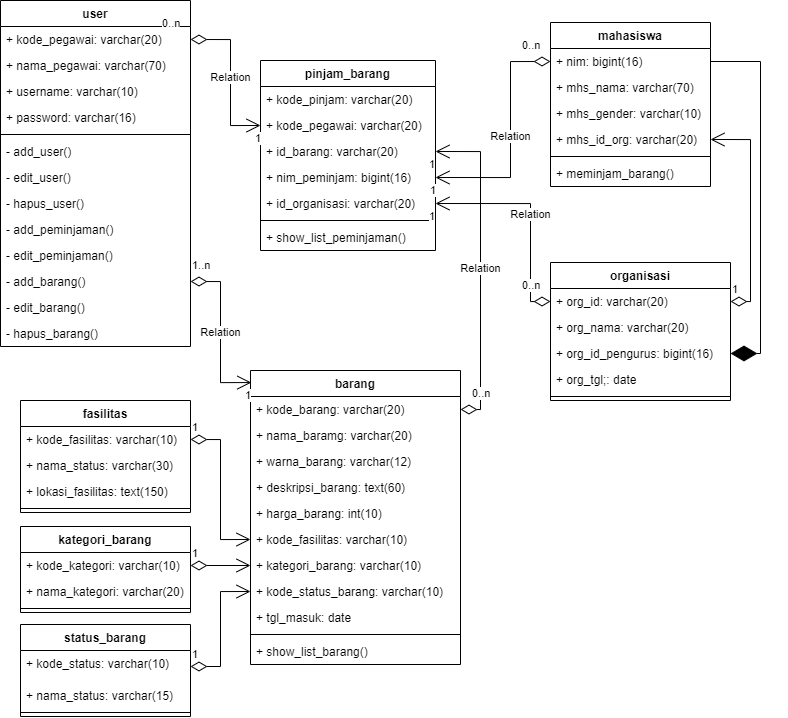
This is uml/uml diagram class inventory kampus.drawio.png from ZarelLast/Tugas_MDPL_Praktik, a draw.io export, as it was before one commit. Source tidied: cells renumbered, new cells last; positions are measured from the earlier drawing's top-left corner, leaving out a move shared by most shapes.
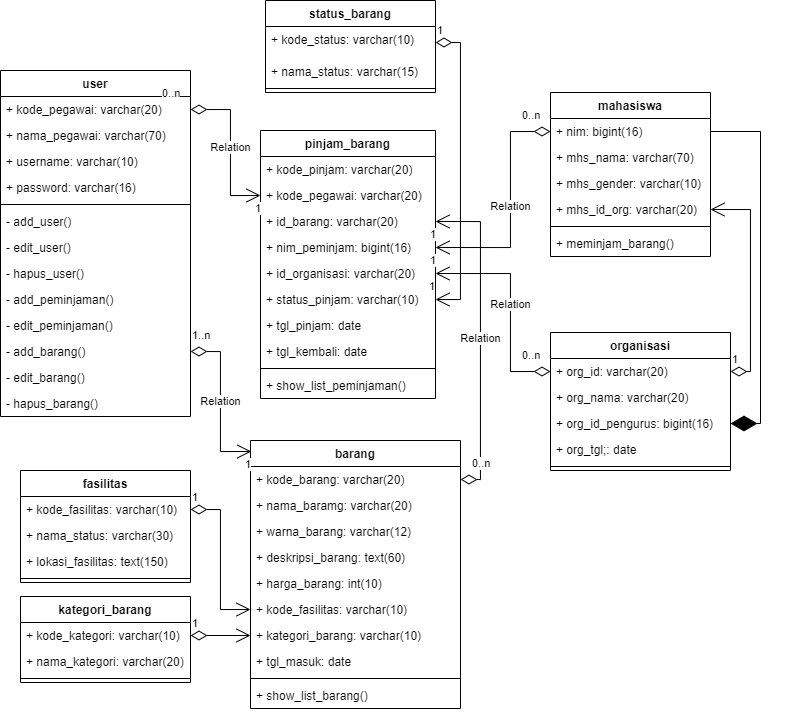
After the commit.

Commit message:
update diagram class

The edit, as a diff of the source:
```diff
@@ -45,7 +45,7 @@
       <mxGeometry y="320" width="190" height="26" as="geometry" />
     </mxCell>
     <mxCell id="16" value="barang" style="swimlane;fontStyle=1;align=center;verticalAlign=top;horizontal=1;startSize=26;" parent="1" vertex="1">
-      <mxGeometry x="250" y="370" width="210" height="294" as="geometry" />
+      <mxGeometry x="250" y="370" width="210" height="268" as="geometry" />
     </mxCell>
     <mxCell id="17" value="+ kode_barang: varchar(20)" style="text;strokeColor=none;fillColor=none;align=left;verticalAlign=top;spacingLeft=4;spacingRight=4;overflow=hidden;" parent="16" vertex="1">
       <mxGeometry y="26" width="210" height="26" as="geometry" />
@@ -68,20 +68,17 @@
     <mxCell id="23" value="+ kategori_barang: varchar(10)" style="text;strokeColor=none;fillColor=none;align=left;verticalAlign=top;spacingLeft=4;spacingRight=4;overflow=hidden;points=[[0,0.5],[1,0.5]];portConstraint=eastwest;" parent="16" vertex="1">
       <mxGeometry y="182" width="210" height="26" as="geometry" />
     </mxCell>
-    <mxCell id="24" value="+ kode_status_barang: varchar(10)" style="text;strokeColor=none;fillColor=none;align=left;verticalAlign=top;spacingLeft=4;spacingRight=4;overflow=hidden;points=[[0,0.5],[1,0.5]];portConstraint=eastwest;" parent="16" vertex="1">
-      <mxGeometry y="208" width="210" height="26" as="geometry" />
-    </mxCell>
     <mxCell id="25" value="+ tgl_masuk: date" style="text;strokeColor=none;fillColor=none;align=left;verticalAlign=top;spacingLeft=4;spacingRight=4;overflow=hidden;" parent="16" vertex="1">
-      <mxGeometry y="234" width="210" height="26" as="geometry" />
+      <mxGeometry y="208" width="210" height="26" as="geometry" />
     </mxCell>
     <mxCell id="26" style="line;strokeWidth=1;fillColor=none;align=left;verticalAlign=middle;spacingTop=-1;spacingLeft=3;spacingRight=3;labelPosition=right;" parent="16" vertex="1">
-      <mxGeometry y="260" width="210" height="8" as="geometry" />
+      <mxGeometry y="234" width="210" height="8" as="geometry" />
     </mxCell>
     <mxCell id="27" value="+ show_list_barang()" style="text;strokeColor=none;fillColor=none;align=left;verticalAlign=top;spacingLeft=4;spacingRight=4;overflow=hidden;" parent="16" vertex="1">
-      <mxGeometry y="268" width="210" height="26" as="geometry" />
+      <mxGeometry y="242" width="210" height="26" as="geometry" />
     </mxCell>
     <mxCell id="28" value="pinjam_barang" style="swimlane;fontStyle=1;align=center;verticalAlign=top;horizontal=1;startSize=26;" parent="1" vertex="1">
-      <mxGeometry x="260" y="60" width="175" height="190" as="geometry" />
+      <mxGeometry x="260" y="60" width="175" height="268" as="geometry" />
     </mxCell>
     <mxCell id="29" value="+ kode_pinjam: varchar(20)" style="text;strokeColor=none;fillColor=none;align=left;verticalAlign=top;spacingLeft=4;spacingRight=4;overflow=hidden;" parent="28" vertex="1">
       <mxGeometry y="26" width="175" height="26" as="geometry" />
@@ -98,11 +95,20 @@
     <mxCell id="33" value="+ id_organisasi: varchar(20)" style="text;strokeColor=none;fillColor=none;align=left;verticalAlign=top;spacingLeft=4;spacingRight=4;overflow=hidden;points=[[0,0.5],[1,0.5]];portConstraint=eastwest;" parent="28" vertex="1">
       <mxGeometry y="130" width="175" height="26" as="geometry" />
     </mxCell>
+    <mxCell id="24" value="+ status_pinjam: varchar(10)" style="text;strokeColor=none;fillColor=none;align=left;verticalAlign=top;spacingLeft=4;spacingRight=4;overflow=hidden;points=[[0,0.5],[1,0.5]];portConstraint=eastwest;fontColor=default;" parent="28" vertex="1">
+      <mxGeometry y="156" width="175" height="26" as="geometry" />
+    </mxCell>
+    <mxCell id="82" value="+ tgl_pinjam: date" style="text;strokeColor=none;fillColor=none;align=left;verticalAlign=top;spacingLeft=4;spacingRight=4;overflow=hidden;fontColor=default;" parent="28" vertex="1">
+      <mxGeometry y="182" width="175" height="26" as="geometry" />
+    </mxCell>
+    <mxCell id="83" value="+ tgl_kembali: date" style="text;strokeColor=none;fillColor=none;align=left;verticalAlign=top;spacingLeft=4;spacingRight=4;overflow=hidden;fontColor=default;" parent="28" vertex="1">
+      <mxGeometry y="208" width="175" height="26" as="geometry" />
+    </mxCell>
     <mxCell id="34" style="line;strokeWidth=1;fillColor=none;align=left;verticalAlign=middle;spacingTop=-1;spacingLeft=3;spacingRight=3;labelPosition=right;" parent="28" vertex="1">
-      <mxGeometry y="156" width="175" height="8" as="geometry" />
+      <mxGeometry y="234" width="175" height="8" as="geometry" />
     </mxCell>
     <mxCell id="35" value="+ show_list_peminjaman()" style="text;strokeColor=none;fillColor=none;align=left;verticalAlign=top;spacingLeft=4;spacingRight=4;overflow=hidden;" parent="28" vertex="1">
-      <mxGeometry y="164" width="175" height="26" as="geometry" />
+      <mxGeometry y="242" width="175" height="26" as="geometry" />
     </mxCell>
     <mxCell id="36" value="mahasiswa" style="swimlane;fontStyle=1;align=center;verticalAlign=top;horizontal=1;startSize=26;" parent="1" vertex="1">
       <mxGeometry x="550" y="22" width="160" height="164" as="geometry" />
@@ -155,8 +161,8 @@
     <mxCell id="52" style="line;strokeWidth=1;fillColor=none;align=left;verticalAlign=middle;spacingTop=-1;spacingLeft=3;spacingRight=3;labelPosition=right;" parent="49" vertex="1">
       <mxGeometry y="78" width="170" height="8" as="geometry" />
     </mxCell>
-    <mxCell id="53" value="status_barang" style="swimlane;fontStyle=1;align=center;verticalAlign=top;horizontal=1;startSize=26;" parent="1" vertex="1">
-      <mxGeometry x="20" y="624" width="170" height="92" as="geometry" />
+    <mxCell id="53" value="status_barang" style="swimlane;fontStyle=1;align=center;verticalAlign=top;horizontal=1;startSize=26;fillColor=default;strokeColor=default;fontColor=default;" parent="1" vertex="1">
+      <mxGeometry x="265" y="-70" width="170" height="92" as="geometry" />
     </mxCell>
     <mxCell id="54" value="+ kode_status: varchar(10)" style="text;strokeColor=none;fillColor=none;align=left;verticalAlign=top;spacingLeft=4;spacingRight=4;overflow=hidden;points=[[0,0.5],[1,0.5]];portConstraint=eastwest;" parent="53" vertex="1">
       <mxGeometry y="26" width="170" height="32" as="geometry" />
@@ -185,8 +191,13 @@
     <mxCell id="62" value="1" style="endArrow=open;html=1;endSize=12;startArrow=diamondThin;startSize=14;startFill=0;edgeStyle=orthogonalEdgeStyle;align=left;verticalAlign=bottom;rounded=0;entryX=0;entryY=0.5;entryDx=0;entryDy=0;exitX=1;exitY=0.5;exitDx=0;exitDy=0;" parent="1" edge="1" source="50" target="23">
       <mxGeometry x="-1" y="3" relative="1" as="geometry" />
     </mxCell>
-    <mxCell id="63" value="1" style="endArrow=open;html=1;endSize=12;startArrow=diamondThin;startSize=14;startFill=0;edgeStyle=orthogonalEdgeStyle;align=left;verticalAlign=bottom;rounded=0;exitX=1;exitY=0.5;exitDx=0;exitDy=0;entryX=0;entryY=0.5;entryDx=0;entryDy=0;" parent="1" edge="1" source="54" target="24">
-      <mxGeometry x="-1" y="3" relative="1" as="geometry" />
+    <mxCell id="63" value="1" style="endArrow=open;html=1;endSize=12;startArrow=diamondThin;startSize=14;startFill=0;edgeStyle=orthogonalEdgeStyle;align=left;verticalAlign=bottom;rounded=0;exitX=1;exitY=0.5;exitDx=0;exitDy=0;strokeColor=default;labelBackgroundColor=default;fontColor=default;entryX=1;entryY=0.5;entryDx=0;entryDy=0;" parent="1" edge="1" source="54" target="24">
+      <mxGeometry x="-1" y="3" relative="1" as="geometry">
+        <Array as="points">
+          <mxPoint x="460" y="-28" />
+          <mxPoint x="460" y="229" />
+        </Array>
+      </mxGeometry>
     </mxCell>
     <mxCell id="64" value="1" style="endArrow=open;html=1;endSize=12;startArrow=diamondThin;startSize=14;startFill=0;edgeStyle=orthogonalEdgeStyle;align=left;verticalAlign=bottom;rounded=0;exitX=1;exitY=0.5;exitDx=0;exitDy=0;entryX=0;entryY=0.5;entryDx=0;entryDy=0;" parent="1" edge="1" source="58" target="22">
       <mxGeometry x="-1" y="3" relative="1" as="geometry" />
@@ -240,11 +251,11 @@
     <mxCell id="72" value="1" style="edgeLabel;html=1;align=right;verticalAlign=top;" parent="70" vertex="1">
       <mxGeometry x="1" relative="1" as="geometry" />
     </mxCell>
-    <mxCell id="73" value="Relation" style="endArrow=open;html=1;endSize=12;startArrow=diamondThin;startSize=14;startFill=0;edgeStyle=orthogonalEdgeStyle;rounded=0;entryX=1;entryY=0.5;entryDx=0;entryDy=0;exitX=0;exitY=0.5;exitDx=0;exitDy=0;" parent="1" edge="1" source="44" target="33">
+    <mxCell id="73" value="Relation" style="endArrow=open;html=1;endSize=12;startArrow=diamondThin;startSize=14;startFill=0;edgeStyle=orthogonalEdgeStyle;rounded=0;entryX=1;entryY=0.5;entryDx=0;entryDy=0;exitX=0;exitY=0.5;exitDx=0;exitDy=0;strokeColor=default;labelBackgroundColor=default;fontColor=default;" parent="1" edge="1" source="44" target="33">
       <mxGeometry relative="1" as="geometry">
         <Array as="points">
-          <mxPoint x="530" y="301" />
-          <mxPoint x="530" y="203" />
+          <mxPoint x="510" y="301" />
+          <mxPoint x="510" y="203" />
         </Array>
       </mxGeometry>
     </mxCell>
@@ -272,11 +283,11 @@
     <mxCell id="78" value="1" style="edgeLabel;html=1;align=right;verticalAlign=top;" parent="76" vertex="1">
       <mxGeometry x="1" relative="1" as="geometry" />
     </mxCell>
-    <mxCell id="79" value="Relation" style="endArrow=open;html=1;endSize=12;startArrow=diamondThin;startSize=14;startFill=0;edgeStyle=orthogonalEdgeStyle;rounded=0;exitX=1;exitY=0.5;exitDx=0;exitDy=0;entryX=0.004;entryY=0.041;entryDx=0;entryDy=0;entryPerimeter=0;" parent="1" edge="1" source="13" target="16">
+    <mxCell id="79" value="Relation" style="endArrow=open;html=1;endSize=12;startArrow=diamondThin;startSize=14;startFill=0;edgeStyle=orthogonalEdgeStyle;rounded=0;exitX=1;exitY=0.5;exitDx=0;exitDy=0;entryX=0.004;entryY=0.041;entryDx=0;entryDy=0;entryPerimeter=0;strokeColor=default;labelBackgroundColor=default;fontColor=default;" parent="1" edge="1" source="13" target="16">
       <mxGeometry relative="1" as="geometry">
         <Array as="points">
           <mxPoint x="220" y="281" />
-          <mxPoint x="220" y="382" />
+          <mxPoint x="220" y="381" />
         </Array>
       </mxGeometry>
     </mxCell>
```
